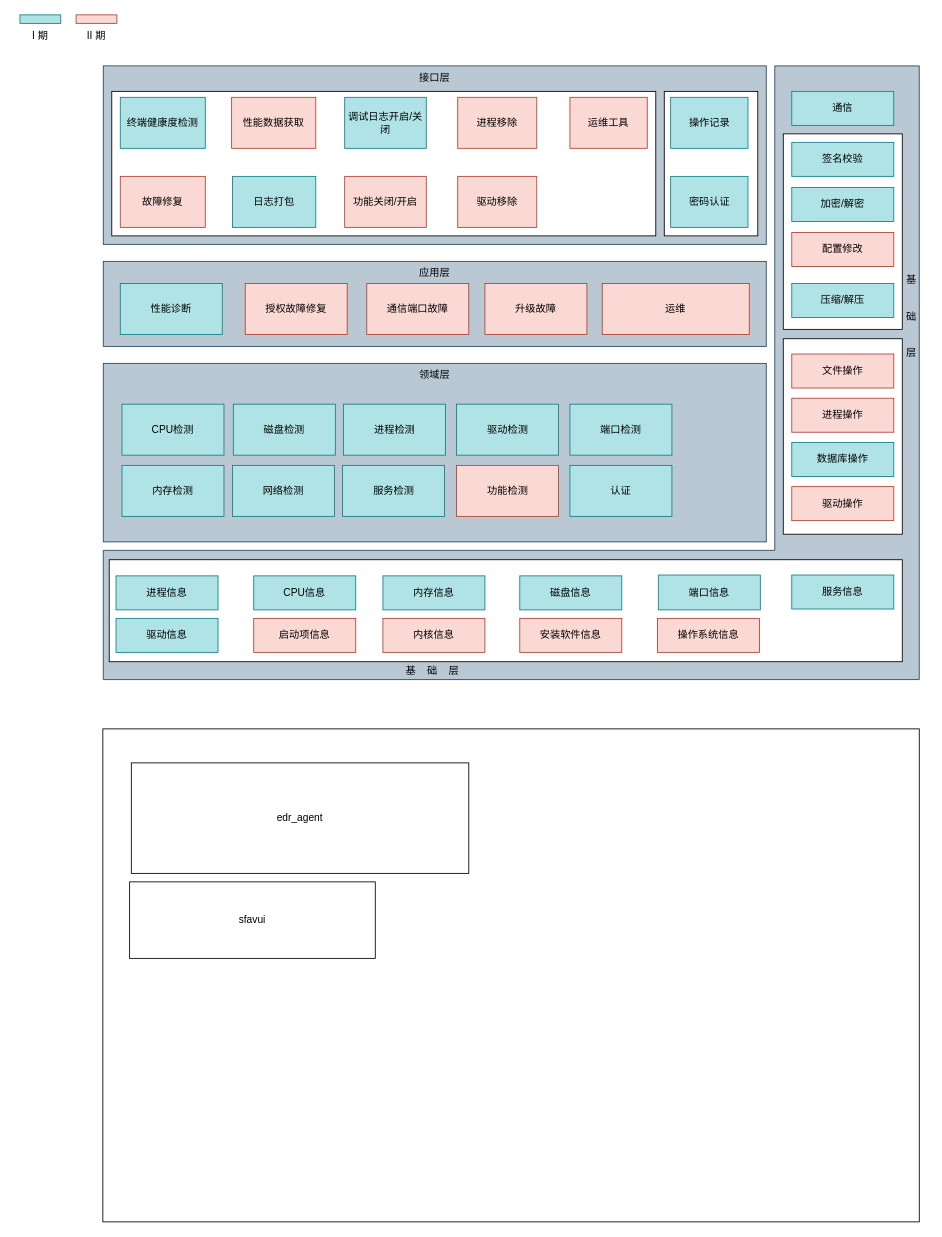
This is 未命名绘图.drawio from KoterRomanov/UML, a draw.io file, before an edit. Source tidied: cells renumbered, new cells numbered last; positions are measured from the earlier drawing's top-left corner, leaving out a move shared by most shapes. Both pictures are drawn from the tidied source at 85%, with x=0, y=0 at pixel (14, 14).
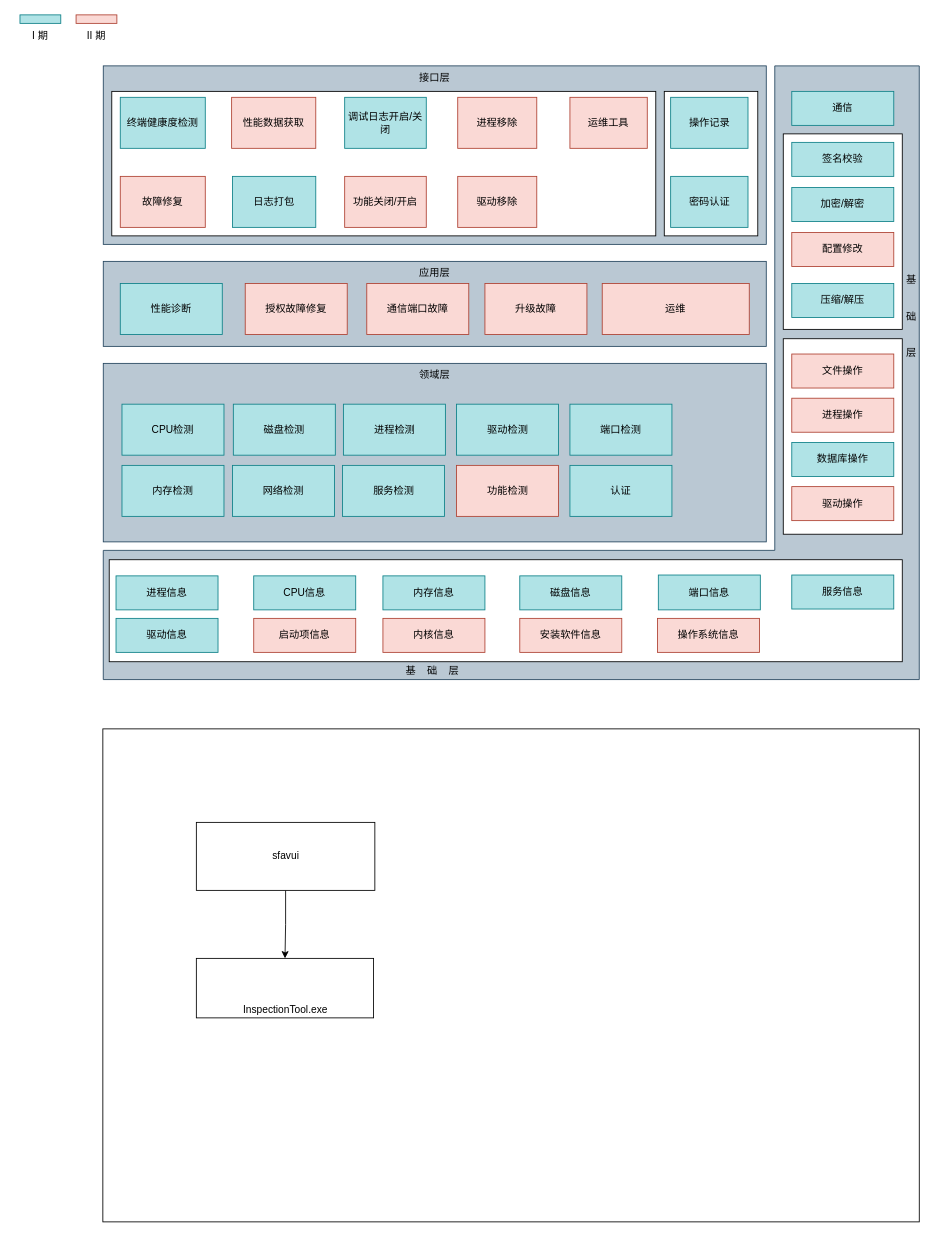
Above is the later version.

Commit message:
更新未命名绘图.drawio

Diff of the diagram source:
```diff
@@
-    <mxCell id="63" value="edr_agent" style="rounded=0;whiteSpace=wrap;html=1;" parent="1" vertex="1">
-      <mxGeometry x="137" y="880" width="397" height="130" as="geometry" />
-    </mxCell>
+    <mxCell id="66" style="edgeStyle=orthogonalEdgeStyle;rounded=0;jettySize=auto;html=1;" parent="1" edge="1" source="64" target="67">
+      <mxGeometry relative="1" as="geometry" />
+    </mxCell>
     <mxCell id="64" value="sfavui" style="rounded=0;whiteSpace=wrap;html=1;" parent="1" vertex="1">
-      <mxGeometry x="135" y="1020" width="289" height="90" as="geometry" />
+      <mxGeometry x="213.5" y="950" width="210" height="80" as="geometry" />
     </mxCell>
@@
+    <mxCell id="67" value="InspectionTool.exe" style="rounded=0;whiteSpace=wrap;html=1;verticalAlign=bottom;" parent="1" vertex="1">
+      <mxGeometry x="213.5" y="1110" width="208.5" height="70" as="geometry" />
+    </mxCell>
```
